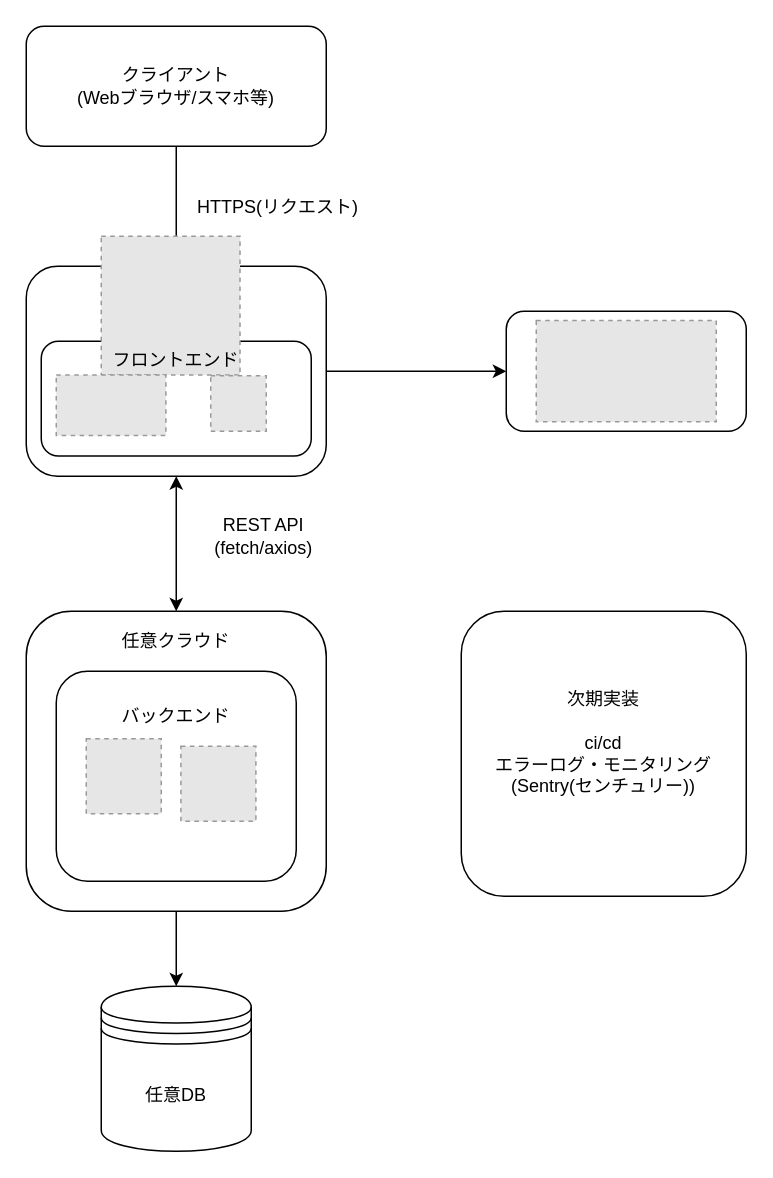
Before: architect-infomation/architect.drawio in kazyuki178/portfolio-app, a draw.io diagram. Source tidied: cells renumbered, new cells numbered last; positions are measured from the earlier drawing's top-left corner, leaving out a move shared by most shapes. Both pictures are drawn from the tidied source at 150%, with x=0, y=0 at pixel (26, 26). Pictures stored in the file or linked from it are replaced by grey dashed boxes.
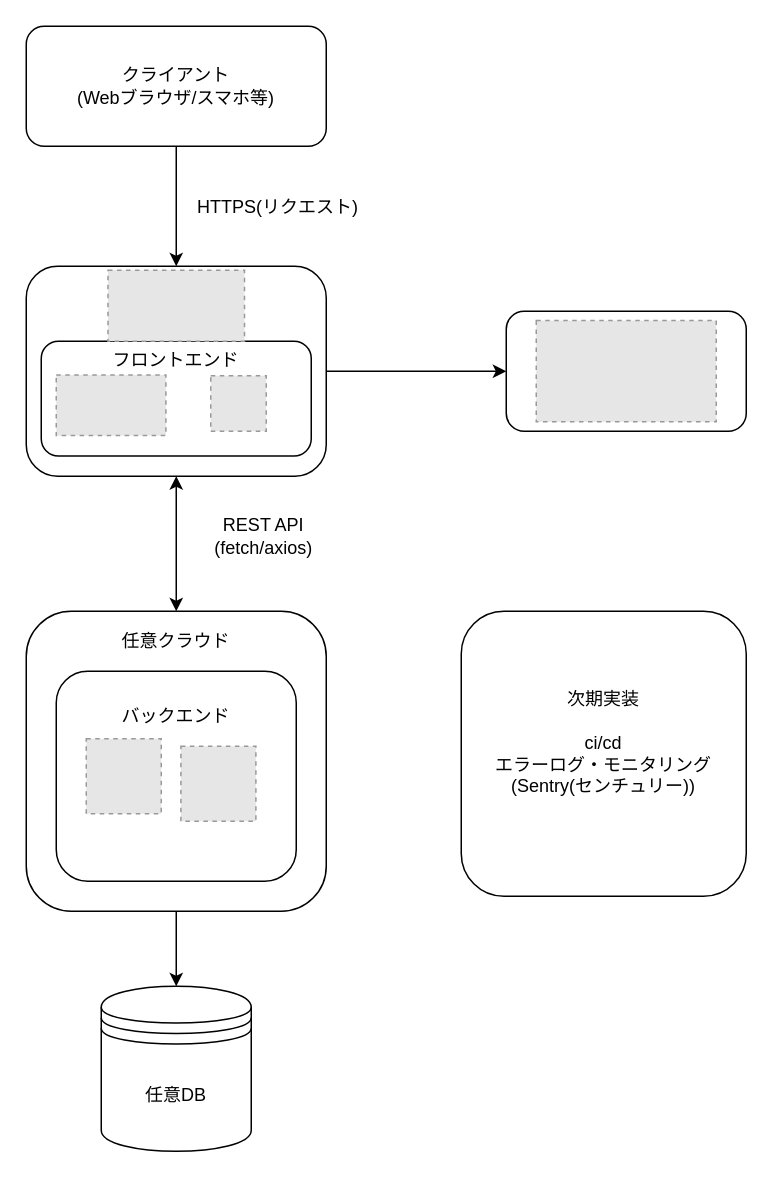
The same page after the edit.

The edit, as a diff of the source:
```diff
@@
-    <mxCell id="16" style="fillColor=#E6E6E6;strokeColor=#999999;dashed=1;verticalLabelPosition=bottom;labelBackgroundColor=default;verticalAlign=top;" parent="1" vertex="1">
-      <mxGeometry x="50" y="140" width="92.5" height="92.5" as="geometry" />
-    </mxCell>
@@
+    <mxCell id="25" style="fillColor=#E6E6E6;strokeColor=#999999;dashed=1;verticalLabelPosition=bottom;labelBackgroundColor=default;verticalAlign=top;" parent="1" vertex="1">
+      <mxGeometry x="54.5" y="162.6" width="91" height="47.4" as="geometry" />
+    </mxCell>
```
